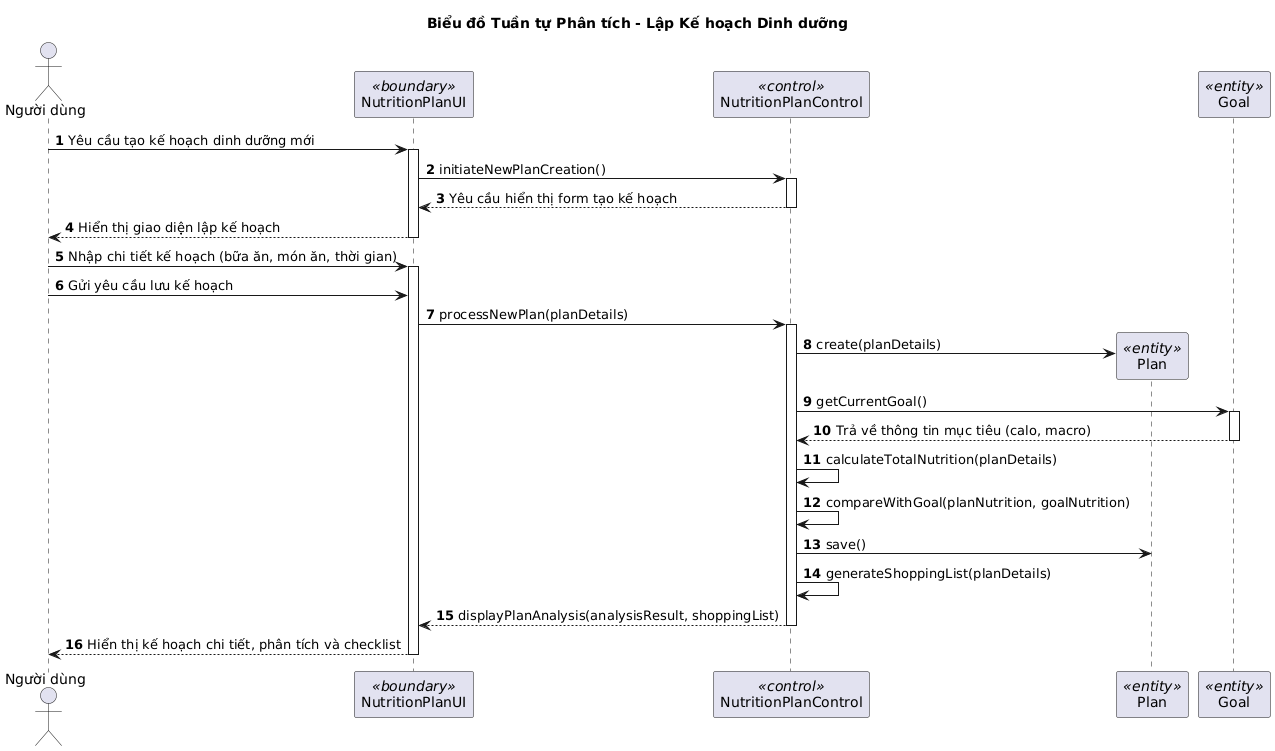
The PlantUML diagram Analysis/Sequence/UmlPictures/NutritionPlanSequenceDiagram.png in LQTam787/Thesis, before a commit.
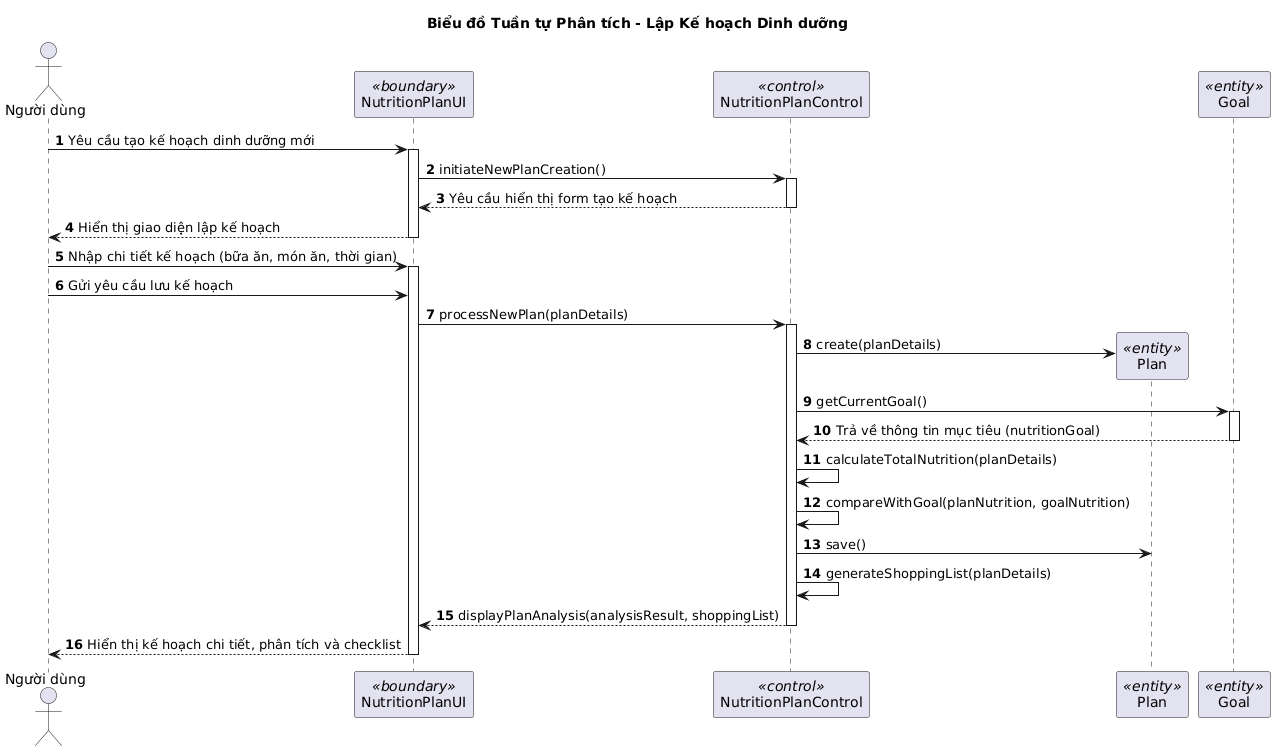
The same file after the commit.

What changed in the source:
```diff
@@ -33,7 +33,7 @@
 
 Control -> GoalEntity: getCurrentGoal()
 activate GoalEntity
-GoalEntity --> Control: Trả về thông tin mục tiêu (calo, macro)
+GoalEntity --> Control: Trả về thông tin mục tiêu (nutritionGoal)
 deactivate GoalEntity
 
 Control -> Control: calculateTotalNutrition(planDetails)
```
